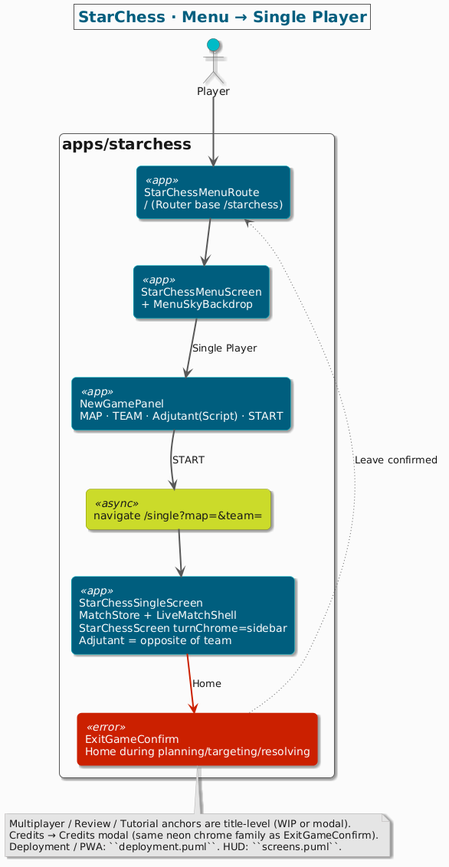
Above: _spec/apps/starchess/menu-flow.png in proveo-ca/chess-coach (PlantUML), before the change.
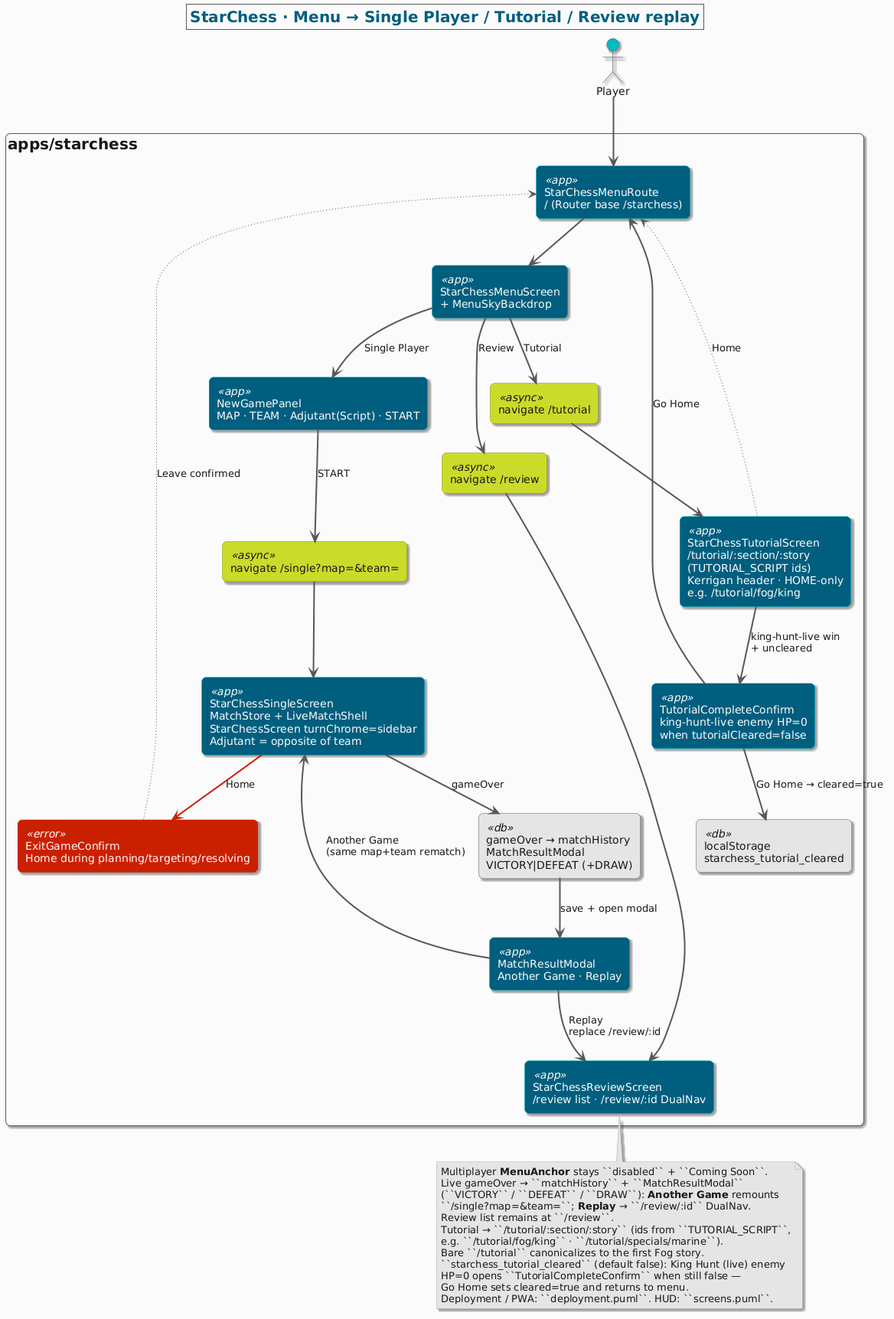
The same file after the commit.

Change to the diagram source:
```diff
@@ -4,7 +4,7 @@
 skinparam packageStyle rectangle
 skinparam defaultTextAlignment left
 
-title StarChess · Menu → Single Player
+title StarChess · Menu → Single Player / Tutorial / Review replay
 
 actor Player
 
@@ -13,8 +13,16 @@
   component "StarChessMenuScreen\n+ MenuSkyBackdrop" as UI <<app>>
   component "NewGamePanel\nMAP · TEAM · Adjutant(Script) · START" as SETUP <<app>>
   component "navigate /single?map=&team=" as NAV <<async>>
+  component "navigate /tutorial" as NAVT <<async>>
+  component "navigate /review" as NAVR <<async>>
   component "StarChessSingleScreen\nMatchStore + LiveMatchShell\nStarChessScreen turnChrome=sidebar\nAdjutant = opposite of team" as LIVE <<app>>
+  component "StarChessTutorialScreen\n/tutorial/:section/:story\n(TUTORIAL_SCRIPT ids)\nKerrigan header · HOME-only\ne.g. /tutorial/fog/king" as TUT <<app>>
+  component "TutorialCompleteConfirm\nking-hunt-live enemy HP=0\nwhen tutorialCleared=false" as TUTDONE <<app>>
+  component "localStorage\nstarchess_tutorial_cleared" as TUTFLAG <<db>>
   component "ExitGameConfirm\nHome during planning/targeting/resolving" as EXIT <<error>>
+  component "gameOver → matchHistory\nMatchResultModal\nVICTORY|DEFEAT (+DRAW)" as END <<db>>
+  component "MatchResultModal\nAnother Game · Replay" as RESULT <<app>>
+  component "StarChessReviewScreen\n/review list · /review/:id DualNav" as REV <<app>>
 }
 
 Player ARROW_MAIN MENU
@@ -22,12 +30,33 @@
 UI ARROW_MAIN SETUP : Single Player
 SETUP ARROW_MAIN NAV : START
 NAV ARROW_MAIN LIVE
+UI ARROW_MAIN NAVT : Tutorial
+NAVT ARROW_MAIN TUT
+UI ARROW_MAIN NAVR : Review
+NAVR ARROW_MAIN REV
 LIVE ARROW_ERROR EXIT : Home
 EXIT ARROW_OPTIONAL MENU : Leave confirmed
+TUT ARROW_OPTIONAL MENU : Home
+TUT ARROW_MAIN TUTDONE : king-hunt-live win\n+ uncleared
+TUTDONE ARROW_MAIN TUTFLAG : Go Home → cleared=true
+TUTDONE ARROW_MAIN MENU : Go Home
+LIVE ARROW_MAIN END : gameOver
+END ARROW_MAIN RESULT : save + open modal
+RESULT ARROW_MAIN LIVE : Another Game\n(same map+team rematch)
+RESULT ARROW_MAIN REV : Replay\nreplace /review/:id
 
 note bottom
-  Multiplayer / Review / Tutorial anchors are title-level (WIP or modal).
-  Credits → Credits modal (same neon chrome family as ExitGameConfirm).
+  Multiplayer **MenuAnchor** stays ``disabled`` + ``Coming Soon``.
+  Live gameOver → ``matchHistory`` + ``MatchResultModal``
+  (``VICTORY`` / ``DEFEAT`` / ``DRAW``): **Another Game** remounts
+  ``/single?map=&team=``; **Replay** → ``/review/:id`` DualNav.
+  Review list remains at ``/review``.
+  Tutorial → ``/tutorial/:section/:story`` (ids from ``TUTORIAL_SCRIPT``,
+  e.g. ``/tutorial/fog/king`` · ``/tutorial/specials/marine``).
+  Bare ``/tutorial`` canonicalizes to the first Fog story.
+  ``starchess_tutorial_cleared`` (default false): King Hunt (live) enemy
+  HP=0 opens ``TutorialCompleteConfirm`` when still false —
+  Go Home sets cleared=true and returns to menu.
   Deployment / PWA: ``deployment.puml``. HUD: ``screens.puml``.
 end note
 @enduml
```
